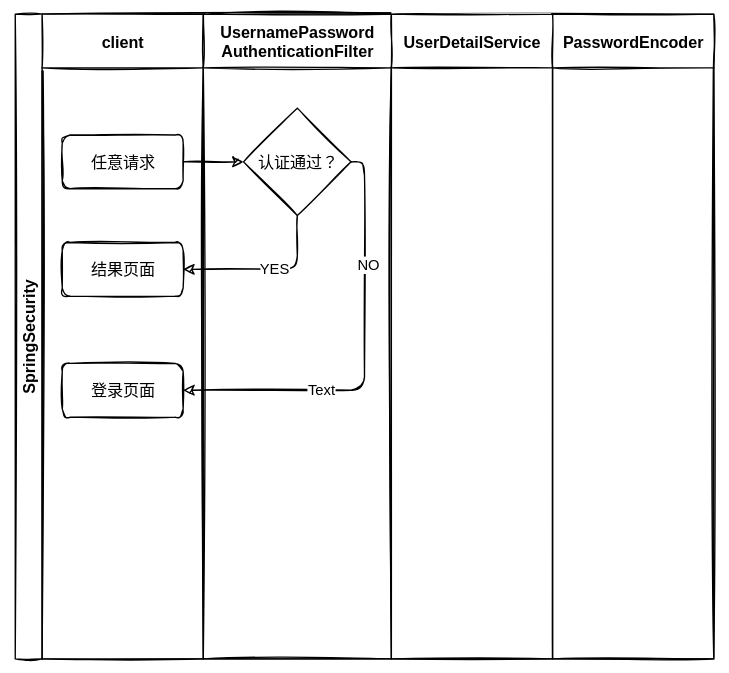
The draw.io diagram Framework/Springboot/Untitled Diagram.svg in justin4v/ZettelNotes, before a commit. Source tidied: cells renumbered, new cells last; positions are measured from the earlier drawing's top-left corner, leaving out a move shared by most shapes.
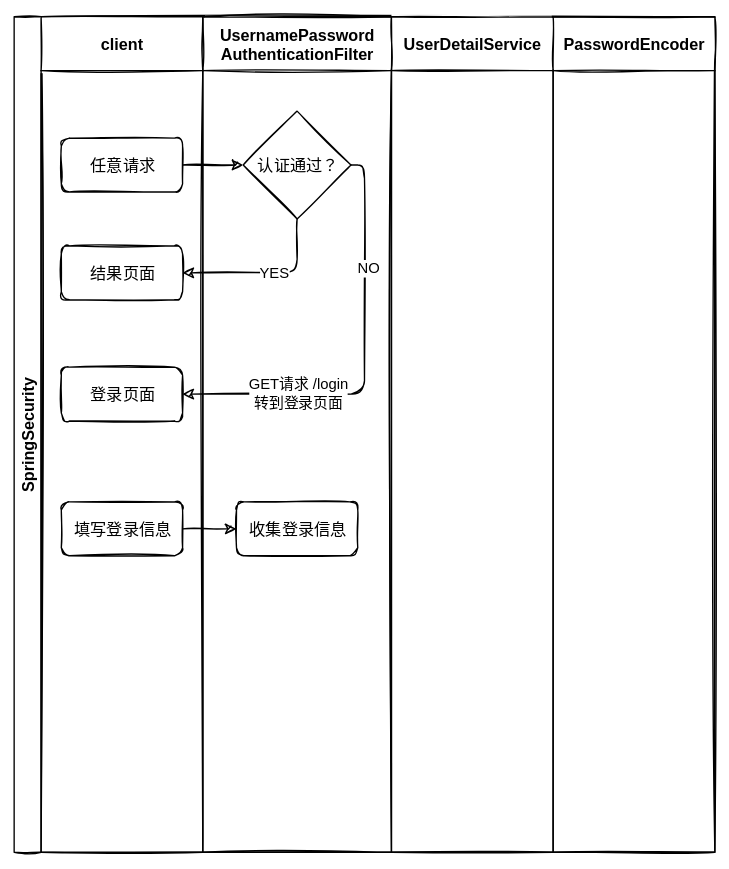
Later version of the same file.

Change to the diagram source:
```diff
@@ -3,10 +3,10 @@
     <mxCell id="0" />
     <mxCell id="1" parent="0" />
     <mxCell id="2" value="SpringSecurity" style="swimlane;startSize=20;horizontal=0;" parent="1" vertex="1">
-      <mxGeometry width="520" height="480" as="geometry" />
+      <mxGeometry width="520" height="620" as="geometry" />
     </mxCell>
     <mxCell id="3" value="client" style="swimlane;startSize=40;" parent="2" vertex="1">
-      <mxGeometry x="20" width="120" height="480" as="geometry" />
+      <mxGeometry x="20" width="120" height="620" as="geometry" />
     </mxCell>
     <mxCell id="4" value="任意请求" style="rounded=1;whiteSpace=wrap;html=1;" parent="3" vertex="1">
       <mxGeometry x="15" y="90" width="90" height="40" as="geometry" />
@@ -17,17 +17,23 @@
     <mxCell id="6" value="登录页面" style="rounded=1;whiteSpace=wrap;html=1;" parent="3" vertex="1">
       <mxGeometry x="15" y="260" width="90" height="40" as="geometry" />
     </mxCell>
+    <mxCell id="17" value="填写登录信息" style="rounded=1;whiteSpace=wrap;html=1;" parent="3" vertex="1">
+      <mxGeometry x="15" y="360" width="90" height="40" as="geometry" />
+    </mxCell>
     <mxCell id="7" value="UsernamePassword&#10;AuthenticationFilter" style="swimlane;startSize=40;" parent="2" vertex="1">
-      <mxGeometry x="140" width="140" height="480" as="geometry" />
+      <mxGeometry x="140" width="140" height="620" as="geometry" />
     </mxCell>
     <mxCell id="8" value="认证通过？" style="rhombus;whiteSpace=wrap;html=1;" parent="7" vertex="1">
       <mxGeometry x="30" y="70" width="80" height="80" as="geometry" />
     </mxCell>
+    <mxCell id="18" value="收集登录信息" style="rounded=1;whiteSpace=wrap;html=1;" parent="7" vertex="1">
+      <mxGeometry x="25" y="360" width="90" height="40" as="geometry" />
+    </mxCell>
     <mxCell id="9" value="UserDetailService" style="swimlane;startSize=40;" parent="2" vertex="1">
-      <mxGeometry x="280" width="120" height="480" as="geometry" />
+      <mxGeometry x="280" width="120" height="620" as="geometry" />
     </mxCell>
     <mxCell id="10" value="PasswordEncoder" style="swimlane;startSize=40;" parent="2" vertex="1">
-      <mxGeometry x="400" width="120" height="480" as="geometry" />
+      <mxGeometry x="400" width="120" height="620" as="geometry" />
     </mxCell>
     <mxCell id="11" style="edgeStyle=none;html=1;" parent="2" edge="1" source="4" target="8">
       <mxGeometry relative="1" as="geometry" />
@@ -44,8 +50,13 @@
     <mxCell id="15" value="NO" style="edgeLabel;html=1;align=center;verticalAlign=middle;" parent="14" vertex="1">
       <mxGeometry x="-0.45" y="2" relative="1" as="geometry" />
     </mxCell>
-    <mxCell id="16" value="Text" style="edgeLabel;html=1;align=center;verticalAlign=middle;" parent="14" vertex="1">
-      <mxGeometry x="0.35" y="-1" relative="1" as="geometry" />
+    <mxCell id="16" value="GET请求 /login&lt;br&gt;转到登录页面" style="edgeLabel;html=1;align=center;verticalAlign=middle;" parent="14" vertex="1">
+      <mxGeometry x="0.35" y="-1" relative="1" as="geometry">
+        <mxPoint x="-17" as="offset" />
+      </mxGeometry>
     </mxCell>
+    <mxCell id="19" style="edgeStyle=orthogonalEdgeStyle;html=1;exitX=1;exitY=0.5;exitDx=0;exitDy=0;entryX=0;entryY=0.5;entryDx=0;entryDy=0;" parent="2" edge="1" source="17" target="18">
+      <mxGeometry relative="1" as="geometry" />
+    </mxCell>
   </root>
 </mxGraphModel>
```
